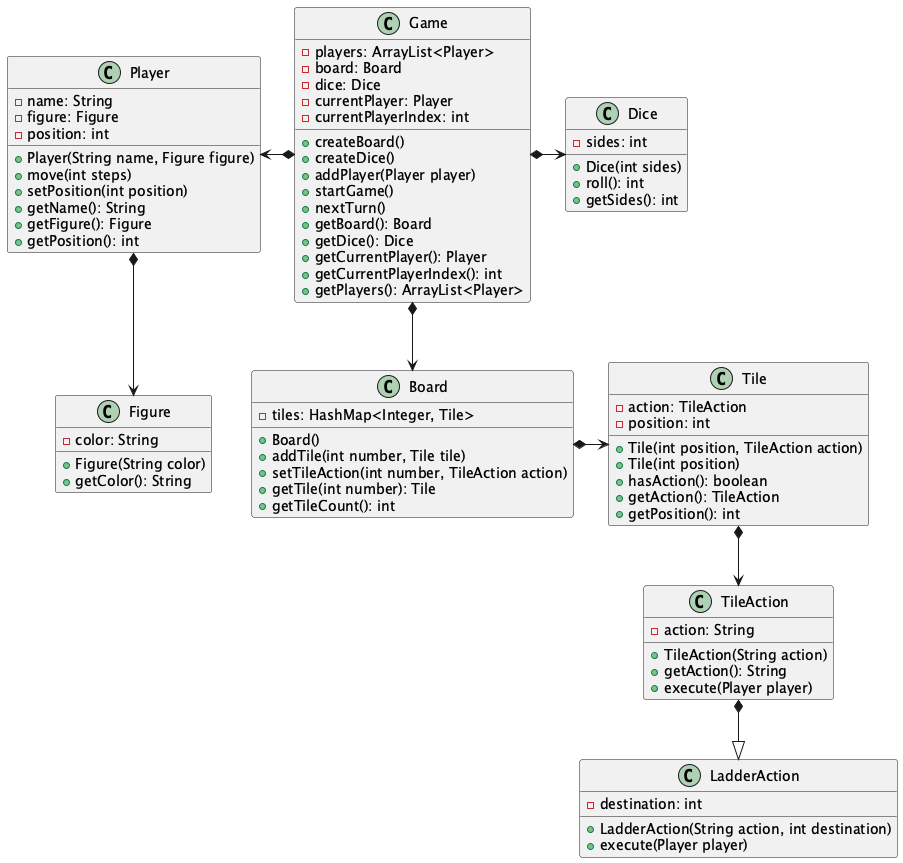
Segward/ladder-game keeps this PlantUML diagram as classdiagram.png. Above is the earlier version.
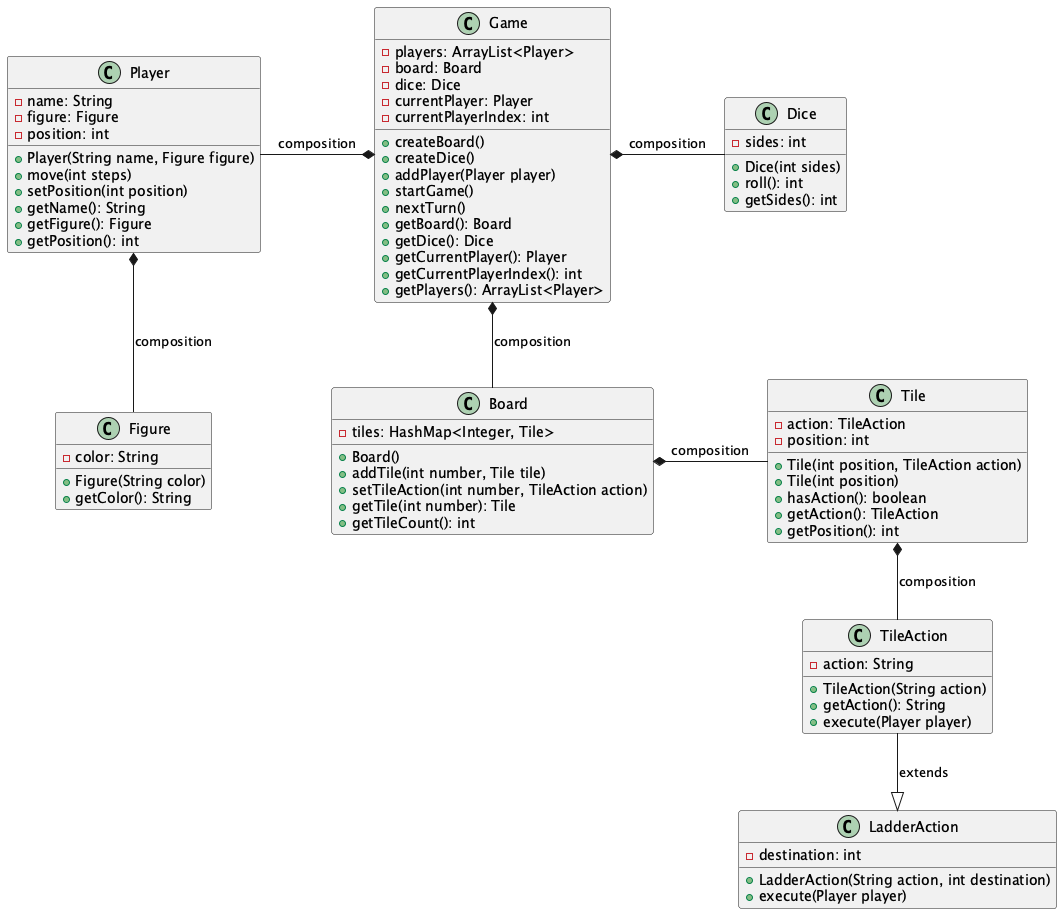
The same file after the commit.

Commit message:
Better associations in classdiagram

Change to the diagram source:
```diff
@@ -75,12 +75,12 @@
     +execute(Player player)
 }
 
-Game *-left-> Player
-Game *-right-> Dice
-Game *--> Board
-Player *-down-> Figure
-Board *-right-> Tile
-Tile *--> TileAction
-TileAction *--|> LadderAction
+Game *-left- Player: composition
+Game *-- Board: composition
+Game *-right- Dice: composition
+Player *-- Figure: composition
+Board *-right- Tile: composition
+Tile *-- TileAction: composition
+TileAction --|> LadderAction: extends
 
 @enduml
```
